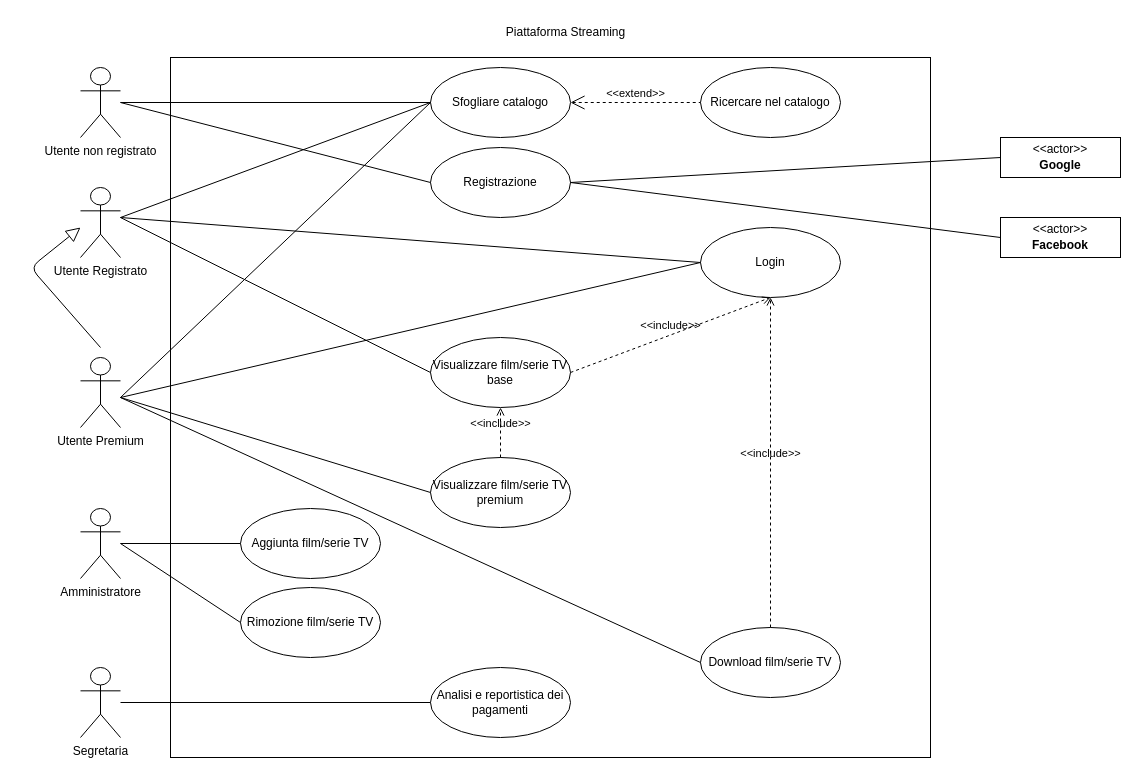
This is lab1/UC.drawio from Boz7567/FIS, a draw.io file, before an edit. Source tidied: cells renumbered, new cells numbered last; positions are measured from the earlier drawing's top-left corner, leaving out a move shared by most shapes. Both pictures are drawn from the tidied source at 100%, with x=0, y=0 at pixel (30, 17).
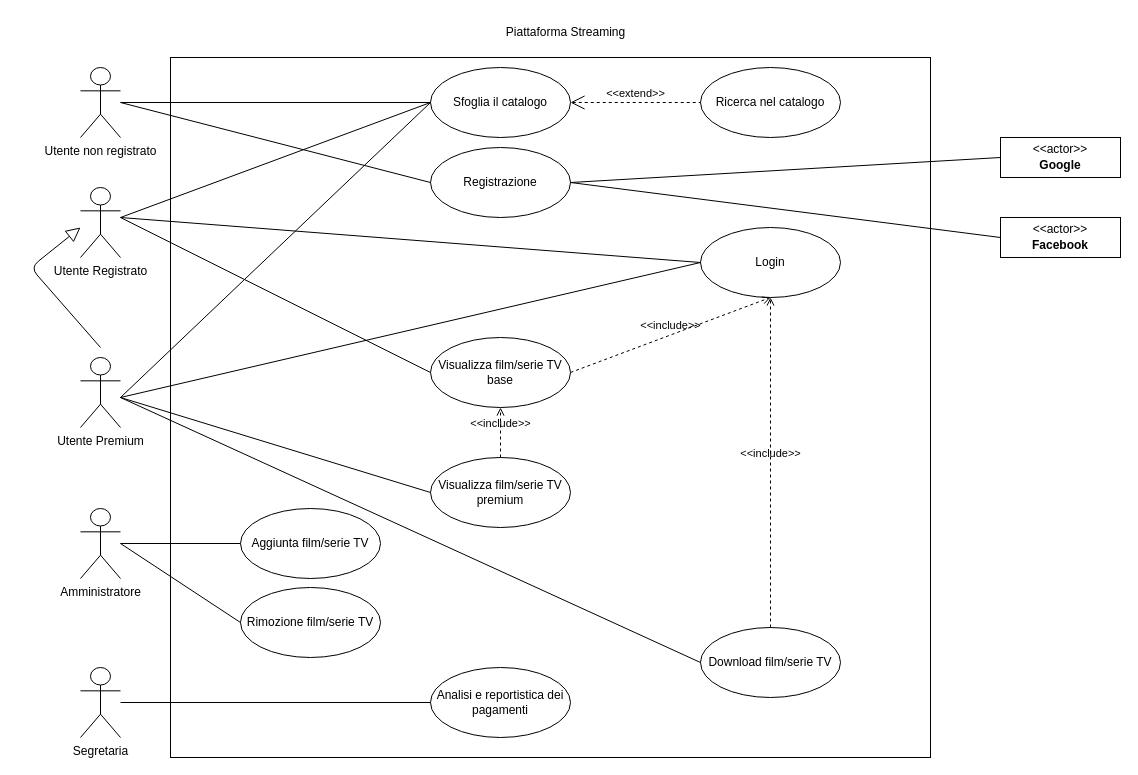
The same page after the edit.

Diff of the diagram source:
```diff
@@
-    <mxCell id="11" value="Sfogliare catalogo" style="ellipse;whiteSpace=wrap;html=1;" parent="1" vertex="1">
+    <mxCell id="11" value="Sfoglia il catalogo" style="ellipse;whiteSpace=wrap;html=1;" parent="1" vertex="1">
       <mxGeometry x="400" y="50" width="140" height="70" as="geometry" />
     </mxCell>
-    <mxCell id="12" value="Ricercare nel catalogo" style="ellipse;whiteSpace=wrap;html=1;" parent="1" vertex="1">
+    <mxCell id="12" value="Ricerca nel catalogo" style="ellipse;whiteSpace=wrap;html=1;" parent="1" vertex="1">
       <mxGeometry x="670" y="50" width="140" height="70" as="geometry" />
     </mxCell>
@@
-    <mxCell id="16" value="Visualizzare film/serie TV base" style="ellipse;whiteSpace=wrap;html=1;" parent="1" vertex="1">
+    <mxCell id="16" value="Visualizza film/serie TV base" style="ellipse;whiteSpace=wrap;html=1;" parent="1" vertex="1">
       <mxGeometry x="400" y="320" width="140" height="70" as="geometry" />
     </mxCell>
@@
-    <mxCell id="26" value="Visualizzare film/serie TV premium" style="ellipse;whiteSpace=wrap;html=1;" parent="1" vertex="1">
+    <mxCell id="26" value="Visualizza film/serie TV premium" style="ellipse;whiteSpace=wrap;html=1;" parent="1" vertex="1">
       <mxGeometry x="400" y="440" width="140" height="70" as="geometry" />
     </mxCell>
```
